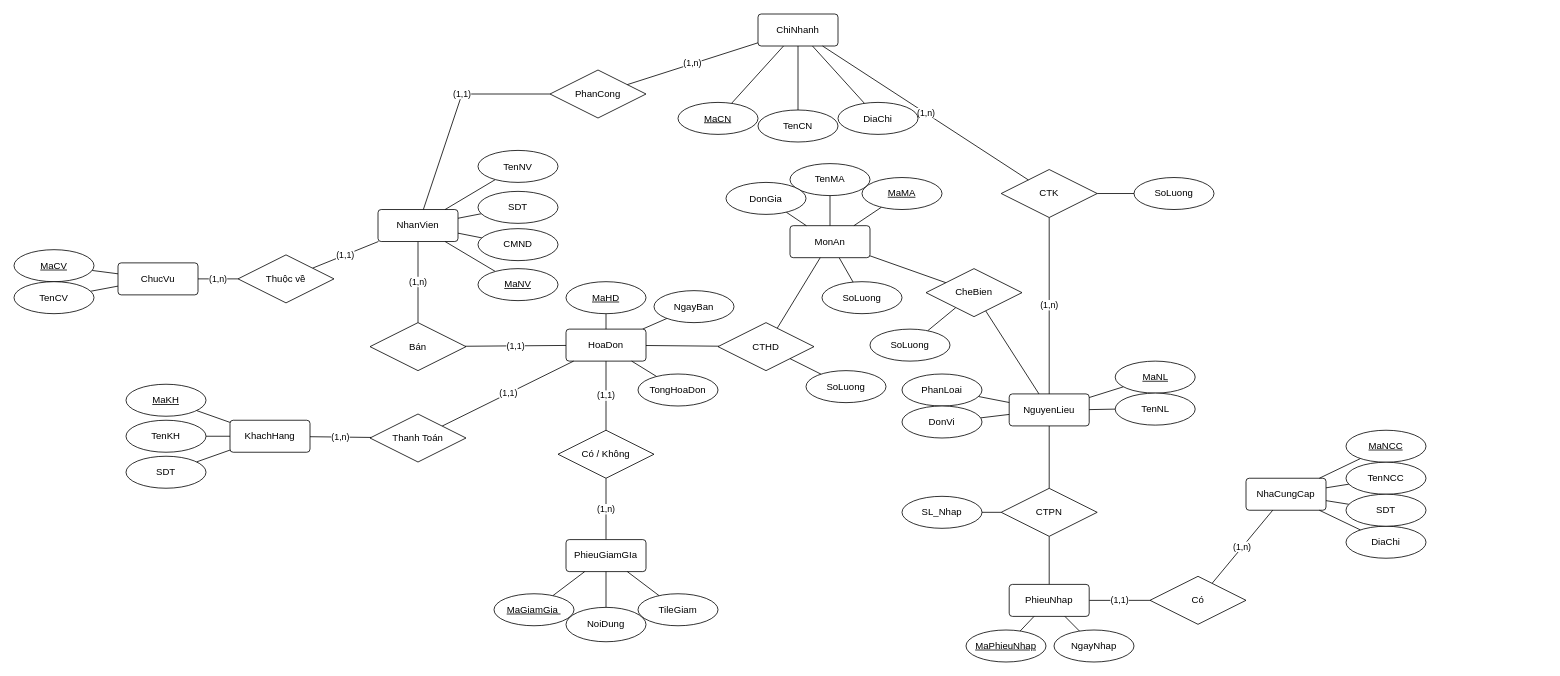
Above: page "Page-1" (1 of 14) of KingFastFood/docs/ERD.drawio in EdgarIgnite16/Distributed-Database-Project (draw.io), before the change. Source tidied: cells renumbered, new cells numbered last; positions are measured from the earlier drawing's top-left corner, leaving out a move shared by most shapes. Both pictures are drawn from the tidied source at 80%, with x=0, y=0 at pixel (14, 14).
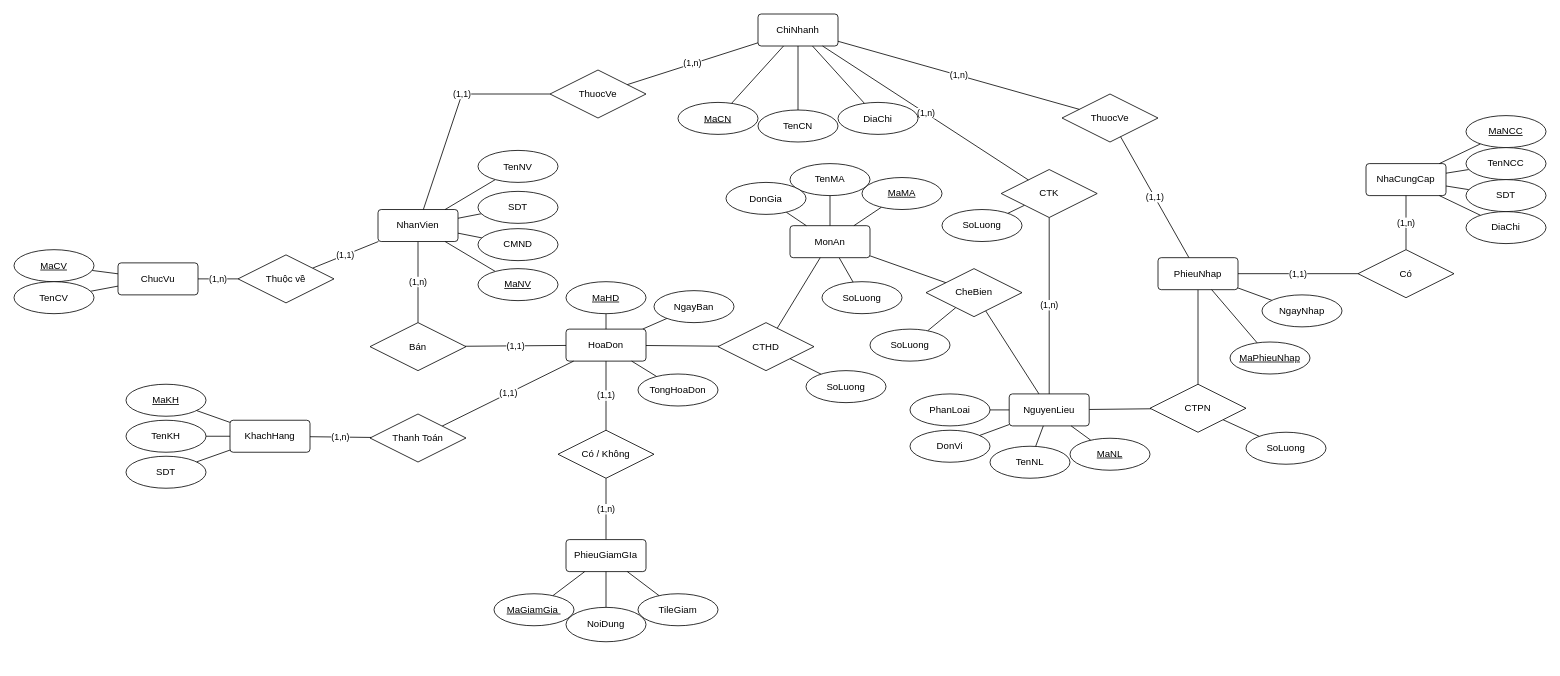
Above is the later version.

Unchanged cells that the change refers to:
```xml
<mxCell id="103" value="ChiNhanh" style="rounded=1;arcSize=10;whiteSpace=wrap;html=1;align=center;" parent="1" vertex="1">
  <mxGeometry x="930" width="100" height="40" as="geometry" />
</mxCell>
```

Change to the diagram source:
```diff
@@
     <mxCell id="22" value="NhaCungCap" style="rounded=1;arcSize=10;whiteSpace=wrap;html=1;align=center;" parent="1" vertex="1">
-      <mxGeometry x="1540" y="580.3" width="100" height="40" as="geometry" />
+      <mxGeometry x="1690" y="187" width="100" height="40" as="geometry" />
     </mxCell>
@@
     <mxCell id="44" value="MaNCC" style="ellipse;whiteSpace=wrap;html=1;align=center;fontStyle=4;" parent="1" vertex="1">
-      <mxGeometry x="1665" y="520.3" width="100" height="40" as="geometry" />
+      <mxGeometry x="1815" y="127" width="100" height="40" as="geometry" />
     </mxCell>
@@
     <mxCell id="46" value="TenNCC" style="ellipse;whiteSpace=wrap;html=1;align=center;" parent="1" vertex="1">
-      <mxGeometry x="1665" y="560.3" width="100" height="40" as="geometry" />
+      <mxGeometry x="1815" y="167" width="100" height="40" as="geometry" />
     </mxCell>
@@
     <mxCell id="48" value="DiaChi" style="ellipse;whiteSpace=wrap;html=1;align=center;" parent="1" vertex="1">
-      <mxGeometry x="1665" y="640.3" width="100" height="40" as="geometry" />
+      <mxGeometry x="1815" y="247" width="100" height="40" as="geometry" />
     </mxCell>
@@
     <mxCell id="50" value="SDT" style="ellipse;whiteSpace=wrap;html=1;align=center;" parent="1" vertex="1">
-      <mxGeometry x="1665" y="600.3" width="100" height="40" as="geometry" />
+      <mxGeometry x="1815" y="207" width="100" height="40" as="geometry" />
     </mxCell>
@@
     <mxCell id="56" value="MaNL" style="ellipse;whiteSpace=wrap;html=1;align=center;fontStyle=4;" parent="1" vertex="1">
-      <mxGeometry x="1376.5" y="433.9" width="100" height="40" as="geometry" />
+      <mxGeometry x="1320" y="530.3" width="100" height="40" as="geometry" />
     </mxCell>
@@
     <mxCell id="58" value="TenNL" style="ellipse;whiteSpace=wrap;html=1;align=center;" parent="1" vertex="1">
-      <mxGeometry x="1376.5" y="473.9" width="100" height="40" as="geometry" />
+      <mxGeometry x="1220" y="540.3" width="100" height="40" as="geometry" />
     </mxCell>
@@
     <mxCell id="79" value="CTPN" style="shape=rhombus;perimeter=rhombusPerimeter;whiteSpace=wrap;html=1;align=center;" parent="1" vertex="1">
-      <mxGeometry x="1234" y="592.9" width="120" height="60" as="geometry" />
+      <mxGeometry x="1420" y="462.8" width="120" height="60" as="geometry" />
     </mxCell>
@@
     <mxCell id="81" value="SoLuong" style="ellipse;whiteSpace=wrap;html=1;align=center;" parent="1" vertex="1">
-      <mxGeometry x="1400" y="204.4" width="100" height="40" as="geometry" />
+      <mxGeometry x="1160" y="244.4" width="100" height="40" as="geometry" />
     </mxCell>
@@
-    <mxCell id="85" value="SL_Nhap" style="ellipse;whiteSpace=wrap;html=1;align=center;" parent="1" vertex="1">
-      <mxGeometry x="1110" y="602.9" width="100" height="40" as="geometry" />
+    <mxCell id="85" value="SoLuong" style="ellipse;whiteSpace=wrap;html=1;align=center;" parent="1" vertex="1">
+      <mxGeometry x="1540" y="522.8" width="100" height="40" as="geometry" />
     </mxCell>
@@
     <mxCell id="90" value="PhieuNhap" style="rounded=1;arcSize=10;whiteSpace=wrap;html=1;align=center;" parent="1" vertex="1">
-      <mxGeometry x="1244" y="713" width="100" height="40" as="geometry" />
+      <mxGeometry x="1430" y="304.6" width="100" height="40" as="geometry" />
     </mxCell>
@@
     <mxCell id="92" value="Có" style="shape=rhombus;perimeter=rhombusPerimeter;whiteSpace=wrap;html=1;align=center;" parent="1" vertex="1">
-      <mxGeometry x="1420" y="702.9" width="120" height="60" as="geometry" />
+      <mxGeometry x="1680" y="294.6" width="120" height="60" as="geometry" />
     </mxCell>
@@
     <mxCell id="94" value="MaPhieuNhap" style="ellipse;whiteSpace=wrap;html=1;align=center;fontStyle=4;" parent="1" vertex="1">
-      <mxGeometry x="1190" y="770" width="100" height="40" as="geometry" />
+      <mxGeometry x="1520" y="410" width="100" height="40" as="geometry" />
     </mxCell>
@@
     <mxCell id="96" value="NgayNhap" style="ellipse;whiteSpace=wrap;html=1;align=center;" parent="1" vertex="1">
-      <mxGeometry x="1300" y="770" width="100" height="40" as="geometry" />
+      <mxGeometry x="1560" y="351.1" width="100" height="40" as="geometry" />
     </mxCell>
@@
     <mxCell id="98" value="PhanLoai" style="ellipse;whiteSpace=wrap;html=1;align=center;" parent="1" vertex="1">
-      <mxGeometry x="1110" y="450" width="100" height="40" as="geometry" />
+      <mxGeometry x="1120" y="474.9" width="100" height="40" as="geometry" />
     </mxCell>
@@
     <mxCell id="101" value="DonVi" style="ellipse;whiteSpace=wrap;html=1;align=center;" parent="1" vertex="1">
-      <mxGeometry x="1110" y="490" width="100" height="40" as="geometry" />
+      <mxGeometry x="1120" y="520.3" width="100" height="40" as="geometry" />
     </mxCell>
@@
-    <mxCell id="104" value="PhanCong" style="shape=rhombus;perimeter=rhombusPerimeter;whiteSpace=wrap;html=1;align=center;" parent="1" vertex="1">
+    <mxCell id="104" value="ThuocVe" style="shape=rhombus;perimeter=rhombusPerimeter;whiteSpace=wrap;html=1;align=center;" parent="1" vertex="1">
       <mxGeometry x="670" y="70" width="120" height="60" as="geometry" />
     </mxCell>
@@
+    <mxCell id="116" value="ThuocVe" style="shape=rhombus;perimeter=rhombusPerimeter;whiteSpace=wrap;html=1;align=center;" parent="1" vertex="1">
+      <mxGeometry x="1310" y="100" width="120" height="60" as="geometry" />
+    </mxCell>
+    <mxCell id="117" value="(1,n)" style="edgeStyle=none;rounded=0;jettySize=auto;html=1;endArrow=none;endFill=0;" parent="1" edge="1" source="116" target="103">
+      <mxGeometry relative="1" as="geometry" />
+    </mxCell>
+    <mxCell id="118" value="(1,1)" style="edgeStyle=none;rounded=0;jettySize=auto;html=1;endArrow=none;endFill=0;" parent="1" edge="1" source="90" target="116">
+      <mxGeometry relative="1" as="geometry" />
+    </mxCell>
```
